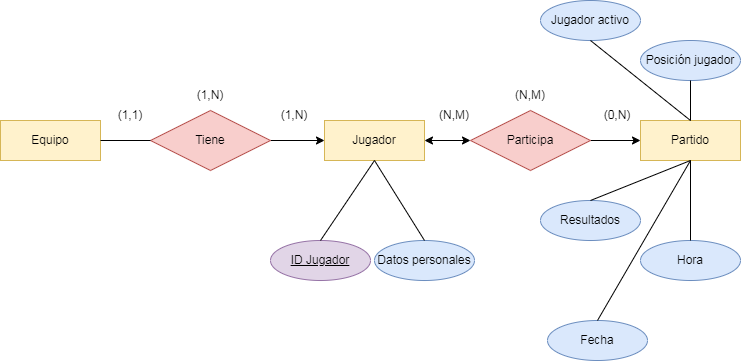
Before: TAREAS/Tarea2/IMÁGENES/E_R-E_R Nº7.drawio.png, a diagram exported from draw.io (samugd17/base-datos-bae-). Source tidied: cells renumbered, new cells last; positions are measured from the earlier drawing's top-left corner, leaving out a move shared by most shapes. Its diagram source:
```xml
<mxGraphModel>
  <root>
    <mxCell id="0" />
    <mxCell id="1" parent="0" />
    <mxCell id="2" value="Equipo" style="whiteSpace=wrap;html=1;align=center;fillColor=#fff2cc;strokeColor=#d6b656;" parent="1" vertex="1">
      <mxGeometry y="120" width="100" height="40" as="geometry" />
    </mxCell>
    <mxCell id="3" value="Jugador" style="whiteSpace=wrap;html=1;align=center;fillColor=#fff2cc;strokeColor=#d6b656;" parent="1" vertex="1">
      <mxGeometry x="324" y="120" width="100" height="40" as="geometry" />
    </mxCell>
    <mxCell id="4" value="Partido" style="whiteSpace=wrap;html=1;align=center;fillColor=#fff2cc;strokeColor=#d6b656;" parent="1" vertex="1">
      <mxGeometry x="640" y="120" width="100" height="40" as="geometry" />
    </mxCell>
    <mxCell id="5" style="edgeStyle=orthogonalEdgeStyle;rounded=0;jettySize=auto;html=1;entryX=0;entryY=0.5;entryDx=0;entryDy=0;" parent="1" edge="1" source="6" target="3">
      <mxGeometry relative="1" as="geometry" />
    </mxCell>
    <mxCell id="6" value="Tiene" style="shape=rhombus;perimeter=rhombusPerimeter;whiteSpace=wrap;html=1;align=center;fillColor=#f8cecc;strokeColor=#b85450;" parent="1" vertex="1">
      <mxGeometry x="150" y="110" width="120" height="60" as="geometry" />
    </mxCell>
    <mxCell id="7" style="edgeStyle=orthogonalEdgeStyle;rounded=0;jettySize=auto;html=1;entryX=0;entryY=0.5;entryDx=0;entryDy=0;" parent="1" edge="1" source="8" target="4">
      <mxGeometry relative="1" as="geometry" />
    </mxCell>
    <mxCell id="8" value="Participa" style="shape=rhombus;perimeter=rhombusPerimeter;whiteSpace=wrap;html=1;align=center;fillColor=#f8cecc;strokeColor=#b85450;" parent="1" vertex="1">
      <mxGeometry x="470" y="110" width="120" height="60" as="geometry" />
    </mxCell>
    <mxCell id="9" style="endArrow=none;html=1;rounded=0;exitX=1;exitY=0.5;exitDx=0;exitDy=0;entryX=0;entryY=0.5;entryDx=0;entryDy=0;" parent="1" edge="1" source="2" target="6">
      <mxGeometry relative="1" as="geometry" />
    </mxCell>
    <mxCell id="10" value="Datos personales" style="ellipse;whiteSpace=wrap;html=1;align=center;fillColor=#dae8fc;strokeColor=#6c8ebf;" parent="1" vertex="1">
      <mxGeometry x="374" y="240" width="100" height="40" as="geometry" />
    </mxCell>
    <mxCell id="11" value="ID Jugador" style="ellipse;whiteSpace=wrap;html=1;align=center;fontStyle=4;fillColor=#e1d5e7;strokeColor=#9673a6;" parent="1" vertex="1">
      <mxGeometry x="270" y="240" width="100" height="40" as="geometry" />
    </mxCell>
    <mxCell id="12" style="endArrow=none;html=1;rounded=0;entryX=0.5;entryY=1;entryDx=0;entryDy=0;exitX=0.5;exitY=0;exitDx=0;exitDy=0;" parent="1" edge="1" source="11" target="3">
      <mxGeometry relative="1" as="geometry" />
    </mxCell>
    <mxCell id="13" style="endArrow=none;html=1;rounded=0;entryX=0.5;entryY=1;entryDx=0;entryDy=0;exitX=0.5;exitY=0;exitDx=0;exitDy=0;" parent="1" edge="1" source="10" target="3">
      <mxGeometry relative="1" as="geometry" />
    </mxCell>
    <mxCell id="14" value="Fecha" style="ellipse;whiteSpace=wrap;html=1;align=center;fillColor=#dae8fc;strokeColor=#6c8ebf;" parent="1" vertex="1">
      <mxGeometry x="547" y="320" width="100" height="40" as="geometry" />
    </mxCell>
    <mxCell id="15" value="Hora" style="ellipse;whiteSpace=wrap;html=1;align=center;fillColor=#dae8fc;strokeColor=#6c8ebf;" parent="1" vertex="1">
      <mxGeometry x="640" y="240" width="100" height="40" as="geometry" />
    </mxCell>
    <mxCell id="16" value="Resultados" style="ellipse;whiteSpace=wrap;html=1;align=center;fillColor=#dae8fc;strokeColor=#6c8ebf;" parent="1" vertex="1">
      <mxGeometry x="540" y="200" width="100" height="40" as="geometry" />
    </mxCell>
    <mxCell id="17" value="Posición jugador" style="ellipse;whiteSpace=wrap;html=1;align=center;fillColor=#dae8fc;strokeColor=#6c8ebf;" parent="1" vertex="1">
      <mxGeometry x="640" y="40" width="100" height="40" as="geometry" />
    </mxCell>
    <mxCell id="18" value="Jugador activo" style="ellipse;whiteSpace=wrap;html=1;align=center;fillColor=#dae8fc;strokeColor=#6c8ebf;" parent="1" vertex="1">
      <mxGeometry x="540" width="100" height="40" as="geometry" />
    </mxCell>
    <mxCell id="19" style="endArrow=none;html=1;rounded=0;entryX=0.5;entryY=0;entryDx=0;entryDy=0;exitX=0.5;exitY=1;exitDx=0;exitDy=0;" parent="1" edge="1" source="4" target="16">
      <mxGeometry relative="1" as="geometry" />
    </mxCell>
    <mxCell id="20" style="endArrow=none;html=1;rounded=0;entryX=0.5;entryY=0;entryDx=0;entryDy=0;exitX=0.5;exitY=1;exitDx=0;exitDy=0;" parent="1" edge="1" source="4" target="14">
      <mxGeometry relative="1" as="geometry" />
    </mxCell>
    <mxCell id="21" style="endArrow=none;html=1;rounded=0;entryX=0.5;entryY=0;entryDx=0;entryDy=0;exitX=0.5;exitY=1;exitDx=0;exitDy=0;" parent="1" edge="1" source="4" target="15">
      <mxGeometry relative="1" as="geometry" />
    </mxCell>
    <mxCell id="22" style="endArrow=none;html=1;rounded=0;entryX=0.5;entryY=0;entryDx=0;entryDy=0;exitX=0.5;exitY=1;exitDx=0;exitDy=0;" parent="1" edge="1" source="18" target="4">
      <mxGeometry relative="1" as="geometry" />
    </mxCell>
    <mxCell id="23" style="endArrow=none;html=1;rounded=0;entryX=0.5;entryY=0;entryDx=0;entryDy=0;exitX=0.5;exitY=1;exitDx=0;exitDy=0;" parent="1" edge="1" source="17" target="4">
      <mxGeometry relative="1" as="geometry" />
    </mxCell>
    <mxCell id="24" value="(1,1)" style="text;html=1;strokeColor=none;fillColor=none;align=center;verticalAlign=middle;whiteSpace=wrap;rounded=0;" parent="1" vertex="1">
      <mxGeometry x="100" y="100" width="60" height="30" as="geometry" />
    </mxCell>
    <mxCell id="25" value="(1,N)" style="text;html=1;strokeColor=none;fillColor=none;align=center;verticalAlign=middle;whiteSpace=wrap;rounded=0;" parent="1" vertex="1">
      <mxGeometry x="180" y="80" width="60" height="30" as="geometry" />
    </mxCell>
    <mxCell id="26" value="(1,N)" style="text;html=1;strokeColor=none;fillColor=none;align=center;verticalAlign=middle;whiteSpace=wrap;rounded=0;" parent="1" vertex="1">
      <mxGeometry x="264" y="100" width="60" height="30" as="geometry" />
    </mxCell>
    <mxCell id="27" value="(N,M)" style="text;html=1;strokeColor=none;fillColor=none;align=center;verticalAlign=middle;whiteSpace=wrap;rounded=0;" parent="1" vertex="1">
      <mxGeometry x="424" y="100" width="60" height="30" as="geometry" />
    </mxCell>
    <mxCell id="28" value="(N,M)" style="text;html=1;strokeColor=none;fillColor=none;align=center;verticalAlign=middle;whiteSpace=wrap;rounded=0;" parent="1" vertex="1">
      <mxGeometry x="500" y="80" width="60" height="30" as="geometry" />
    </mxCell>
    <mxCell id="29" value="(0,N)" style="text;html=1;strokeColor=none;fillColor=none;align=center;verticalAlign=middle;whiteSpace=wrap;rounded=0;" parent="1" vertex="1">
      <mxGeometry x="587" y="100" width="60" height="30" as="geometry" />
    </mxCell>
    <mxCell id="30" style="endArrow=classic;startArrow=classic;html=1;rounded=0;entryX=0;entryY=0.5;entryDx=0;entryDy=0;exitX=1;exitY=0.5;exitDx=0;exitDy=0;" parent="1" edge="1" source="3" target="8">
      <mxGeometry relative="1" as="geometry" />
    </mxCell>
  </root>
</mxGraphModel>
```
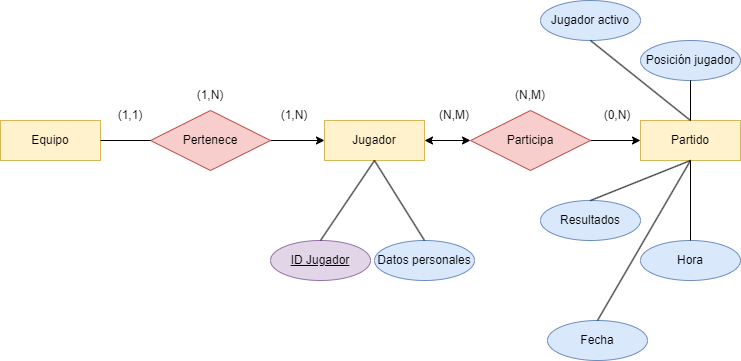
After the change.

Commit message:
Se modifican las imágenes 7,8 y 9

Diff of the diagram source:
```diff
@@ -14,7 +14,7 @@
     <mxCell id="5" style="edgeStyle=orthogonalEdgeStyle;rounded=0;jettySize=auto;html=1;entryX=0;entryY=0.5;entryDx=0;entryDy=0;" parent="1" edge="1" source="6" target="3">
       <mxGeometry relative="1" as="geometry" />
     </mxCell>
-    <mxCell id="6" value="Tiene" style="shape=rhombus;perimeter=rhombusPerimeter;whiteSpace=wrap;html=1;align=center;fillColor=#f8cecc;strokeColor=#b85450;" parent="1" vertex="1">
+    <mxCell id="6" value="Pertenece" style="shape=rhombus;perimeter=rhombusPerimeter;whiteSpace=wrap;html=1;align=center;fillColor=#f8cecc;strokeColor=#b85450;" parent="1" vertex="1">
       <mxGeometry x="150" y="110" width="120" height="60" as="geometry" />
     </mxCell>
     <mxCell id="7" style="edgeStyle=orthogonalEdgeStyle;rounded=0;jettySize=auto;html=1;entryX=0;entryY=0.5;entryDx=0;entryDy=0;" parent="1" edge="1" source="8" target="4">
```
